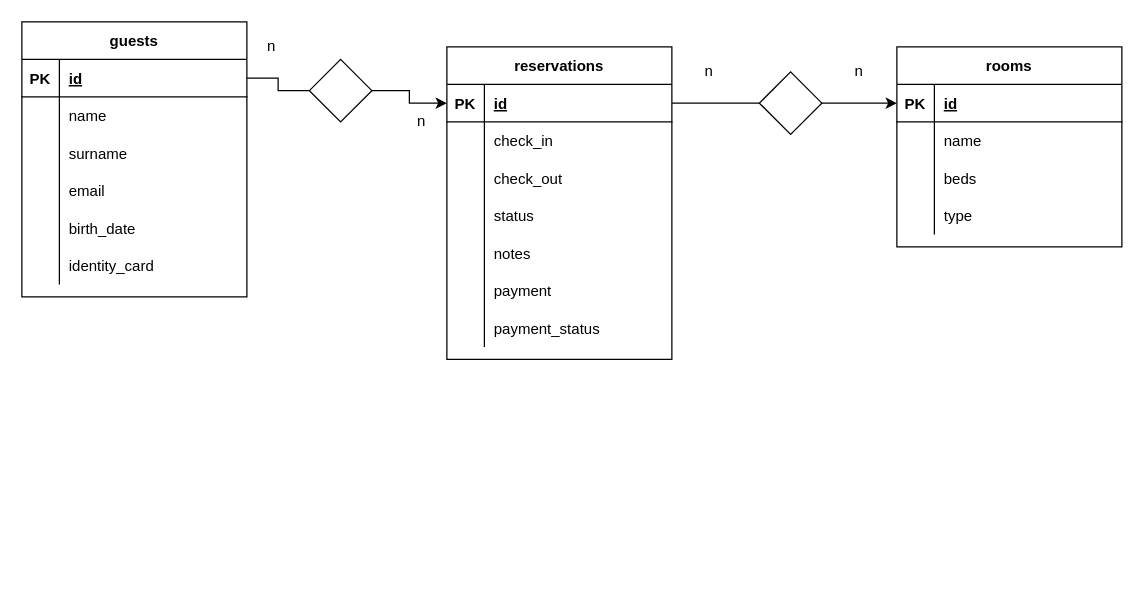
MarcoMihajlovic/db-hotel keeps this draw.io diagram as db-hotel.drawio. Above is the earlier version. Source tidied: cells renumbered, new cells numbered last; positions are measured from the earlier drawing's top-left corner, leaving out a move shared by most shapes. Both pictures are drawn from the tidied source at 125%, with x=0, y=0 at pixel (21, 21).
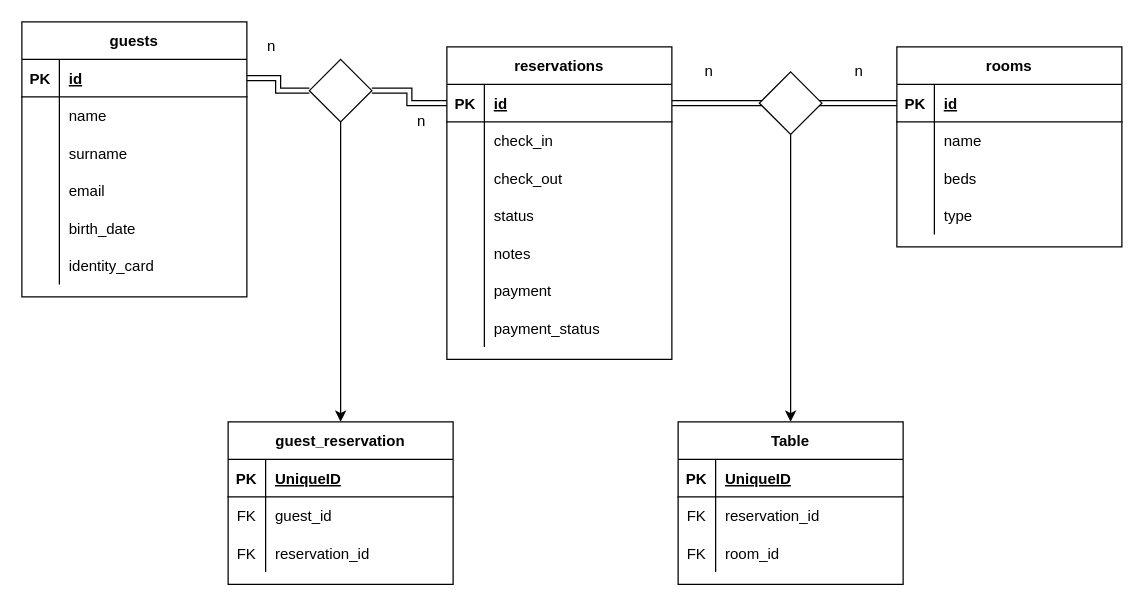
The same diagram, later.

Unchanged cells that the change refers to:
```xml
<mxCell id="3" style="shape=partialRectangle;fillColor=none;top=0;left=0;bottom=1;right=0;points=[[0,0.5],[1,0.5]];portConstraint=eastwest;" parent="2" vertex="1">
  <mxGeometry y="30" width="180" height="30" as="geometry" />
</mxCell>
<mxCell id="16" style="shape=partialRectangle;fillColor=none;top=0;left=0;bottom=1;right=0;points=[[0,0.5],[1,0.5]];portConstraint=eastwest;" parent="15" vertex="1">
  <mxGeometry y="30" width="180" height="30" as="geometry" />
</mxCell>
<mxCell id="35" style="shape=partialRectangle;fillColor=none;top=0;left=0;bottom=1;right=0;points=[[0,0.5],[1,0.5]];portConstraint=eastwest;" parent="34" vertex="1">
  <mxGeometry y="30" width="180" height="30" as="geometry" />
</mxCell>
<mxCell id="59" style="rhombus;whiteSpace=wrap;html=1;" parent="1" vertex="1">
  <mxGeometry x="230" y="30" width="50" height="50" as="geometry" />
</mxCell>
<mxCell id="62" style="rhombus;whiteSpace=wrap;html=1;" parent="1" vertex="1">
  <mxGeometry x="590" y="40" width="50" height="50" as="geometry" />
</mxCell>
```

What changed in the source:
```diff
@@
-    <mxCell id="58" style="edgeStyle=orthogonalEdgeStyle;rounded=0;jettySize=auto;html=1;exitX=1;exitY=0.5;exitDx=0;exitDy=0;" parent="1" edge="1" source="59" target="35">
+    <mxCell id="58" style="edgeStyle=orthogonalEdgeStyle;rounded=0;jettySize=auto;html=1;exitX=1;exitY=0.5;exitDx=0;exitDy=0;shape=link;" parent="1" edge="1" source="59" target="35">
       <mxGeometry relative="1" as="geometry" />
     </mxCell>
+    <mxCell id="65" style="edgeStyle=orthogonalEdgeStyle;rounded=0;jettySize=auto;html=1;exitX=0.5;exitY=1;exitDx=0;exitDy=0;entryX=0.5;entryY=0;entryDx=0;entryDy=0;" parent="1" edge="1" source="59" target="67">
+      <mxGeometry relative="1" as="geometry" />
+    </mxCell>
@@
-    <mxCell id="60" style="edgeStyle=orthogonalEdgeStyle;rounded=0;jettySize=auto;html=1;exitX=1;exitY=0.5;exitDx=0;exitDy=0;endArrow=none;" parent="1" edge="1" source="16" target="59">
+    <mxCell id="60" style="edgeStyle=orthogonalEdgeStyle;rounded=0;jettySize=auto;html=1;exitX=1;exitY=0.5;exitDx=0;exitDy=0;endArrow=none;shape=link;" parent="1" edge="1" source="16" target="59">
       <mxGeometry relative="1" as="geometry" />
     </mxCell>
-    <mxCell id="61" style="edgeStyle=orthogonalEdgeStyle;rounded=0;jettySize=auto;html=1;exitX=1;exitY=0.5;exitDx=0;exitDy=0;entryX=0;entryY=0.5;entryDx=0;entryDy=0;" parent="1" edge="1" source="35" target="3">
+    <mxCell id="61" style="edgeStyle=orthogonalEdgeStyle;rounded=0;jettySize=auto;html=1;exitX=1;exitY=0.5;exitDx=0;exitDy=0;entryX=0;entryY=0.5;entryDx=0;entryDy=0;shape=link;" parent="1" edge="1" source="35" target="3">
       <mxGeometry relative="1" as="geometry" />
     </mxCell>
+    <mxCell id="66" style="edgeStyle=orthogonalEdgeStyle;rounded=0;jettySize=auto;html=1;exitX=0.5;exitY=1;exitDx=0;exitDy=0;entryX=0.5;entryY=0;entryDx=0;entryDy=0;" parent="1" edge="1" source="62" target="77">
+      <mxGeometry relative="1" as="geometry" />
+    </mxCell>
@@
+    <mxCell id="67" value="guest_reservation" style="shape=table;startSize=30;childLayout=tableLayout;rowLines=0;fontStyle=1;align=center;" parent="1" vertex="1">
+      <mxGeometry x="165" y="320" width="180" height="130" as="geometry" />
+    </mxCell>
+    <mxCell id="68" style="shape=partialRectangle;fillColor=none;top=0;left=0;bottom=1;right=0;" parent="67" vertex="1">
+      <mxGeometry y="30" width="180" height="30" as="geometry" />
+    </mxCell>
+    <mxCell id="69" value="PK" style="shape=partialRectangle;fillColor=none;top=0;left=0;bottom=0;right=0;fontStyle=1;overflow=hidden;" parent="68" vertex="1">
+      <mxGeometry width="30" height="30" as="geometry" />
+    </mxCell>
+    <mxCell id="70" value="UniqueID" style="shape=partialRectangle;fillColor=none;top=0;left=0;bottom=0;right=0;align=left;spacingLeft=6;fontStyle=5;overflow=hidden;" parent="68" vertex="1">
+      <mxGeometry x="30" width="150" height="30" as="geometry" />
+    </mxCell>
+    <mxCell id="71" style="shape=partialRectangle;fillColor=none;top=0;left=0;bottom=0;right=0;" parent="67" vertex="1">
+      <mxGeometry y="60" width="180" height="30" as="geometry" />
+    </mxCell>
+    <mxCell id="72" value="FK" style="shape=partialRectangle;fillColor=none;top=0;left=0;bottom=0;right=0;overflow=hidden;" parent="71" vertex="1">
+      <mxGeometry width="30" height="30" as="geometry" />
+    </mxCell>
+    <mxCell id="73" value="guest_id" style="shape=partialRectangle;fillColor=none;top=0;left=0;bottom=0;right=0;align=left;spacingLeft=6;overflow=hidden;" parent="71" vertex="1">
+      <mxGeometry x="30" width="150" height="30" as="geometry" />
+    </mxCell>
+    <mxCell id="74" style="shape=partialRectangle;fillColor=none;top=0;left=0;bottom=0;right=0;" parent="67" vertex="1">
+      <mxGeometry y="90" width="180" height="30" as="geometry" />
+    </mxCell>
+    <mxCell id="75" value="FK" style="shape=partialRectangle;fillColor=none;top=0;left=0;bottom=0;right=0;overflow=hidden;" parent="74" vertex="1">
+      <mxGeometry width="30" height="30" as="geometry" />
+    </mxCell>
+    <mxCell id="76" value="reservation_id" style="shape=partialRectangle;fillColor=none;top=0;left=0;bottom=0;right=0;align=left;spacingLeft=6;overflow=hidden;" parent="74" vertex="1">
+      <mxGeometry x="30" width="150" height="30" as="geometry" />
+    </mxCell>
+    <mxCell id="77" value="Table" style="shape=table;startSize=30;childLayout=tableLayout;rowLines=0;fontStyle=1;align=center;" parent="1" vertex="1">
+      <mxGeometry x="525" y="320" width="180" height="130" as="geometry" />
+    </mxCell>
+    <mxCell id="78" style="shape=partialRectangle;fillColor=none;top=0;left=0;bottom=1;right=0;" parent="77" vertex="1">
+      <mxGeometry y="30" width="180" height="30" as="geometry" />
+    </mxCell>
+    <mxCell id="79" value="PK" style="shape=partialRectangle;fillColor=none;top=0;left=0;bottom=0;right=0;fontStyle=1;overflow=hidden;" parent="78" vertex="1">
+      <mxGeometry width="30" height="30" as="geometry" />
+    </mxCell>
+    <mxCell id="80" value="UniqueID" style="shape=partialRectangle;fillColor=none;top=0;left=0;bottom=0;right=0;align=left;spacingLeft=6;fontStyle=5;overflow=hidden;" parent="78" vertex="1">
+      <mxGeometry x="30" width="150" height="30" as="geometry" />
+    </mxCell>
+    <mxCell id="81" style="shape=partialRectangle;fillColor=none;top=0;left=0;bottom=0;right=0;" parent="77" vertex="1">
+      <mxGeometry y="60" width="180" height="30" as="geometry" />
+    </mxCell>
+    <mxCell id="82" value="FK" style="shape=partialRectangle;fillColor=none;top=0;left=0;bottom=0;right=0;overflow=hidden;" parent="81" vertex="1">
+      <mxGeometry width="30" height="30" as="geometry" />
+    </mxCell>
+    <mxCell id="83" value="reservation_id" style="shape=partialRectangle;fillColor=none;top=0;left=0;bottom=0;right=0;align=left;spacingLeft=6;overflow=hidden;" parent="81" vertex="1">
+      <mxGeometry x="30" width="150" height="30" as="geometry" />
+    </mxCell>
+    <mxCell id="84" style="shape=partialRectangle;fillColor=none;top=0;left=0;bottom=0;right=0;" parent="77" vertex="1">
+      <mxGeometry y="90" width="180" height="30" as="geometry" />
+    </mxCell>
+    <mxCell id="85" value="FK" style="shape=partialRectangle;fillColor=none;top=0;left=0;bottom=0;right=0;overflow=hidden;" parent="84" vertex="1">
+      <mxGeometry width="30" height="30" as="geometry" />
+    </mxCell>
+    <mxCell id="86" value="room_id" style="shape=partialRectangle;fillColor=none;top=0;left=0;bottom=0;right=0;align=left;spacingLeft=6;overflow=hidden;" parent="84" vertex="1">
+      <mxGeometry x="30" width="150" height="30" as="geometry" />
+    </mxCell>
```
